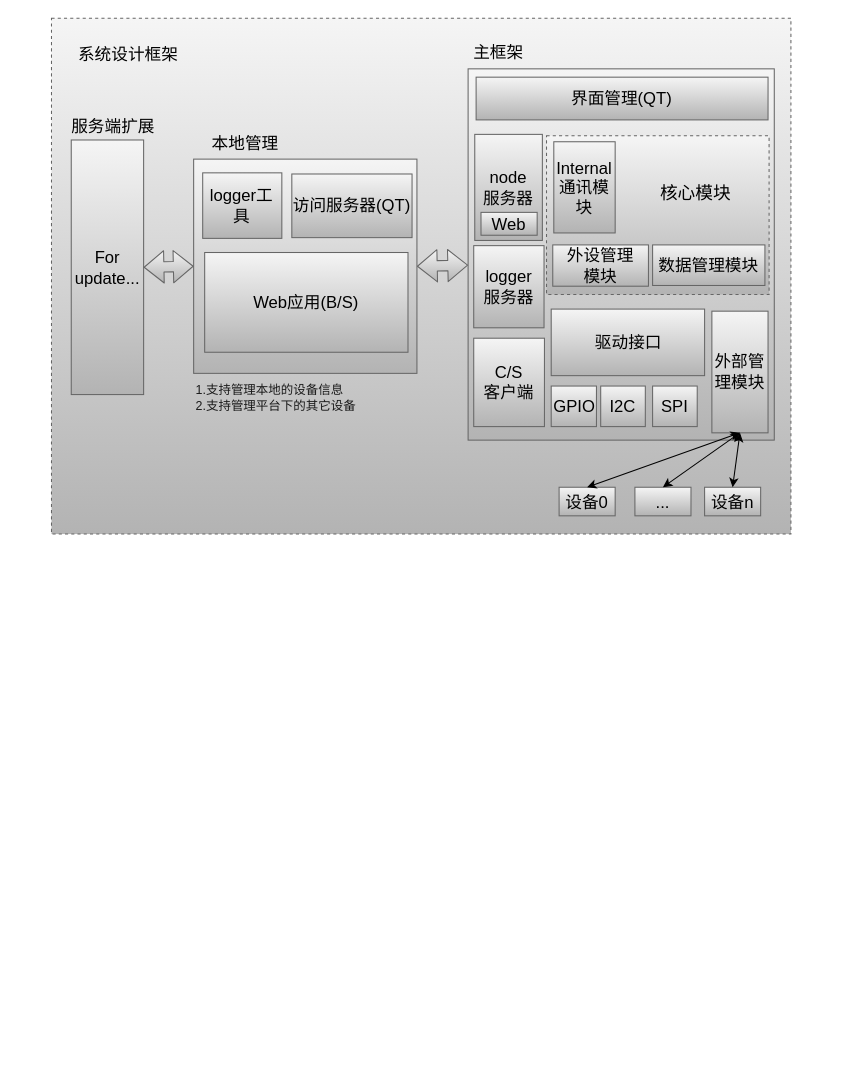
This is page "主框架" (1 of 3) of document/Firmware.drawio from zc110747/remote_manage, a draw.io file, before an edit. Source tidied: cells renumbered, new cells numbered last; positions are measured from the earlier drawing's top-left corner, leaving out a move shared by most shapes. Both pictures are drawn from the tidied source at 104%, with x=0, y=0 at pixel (18, 18).
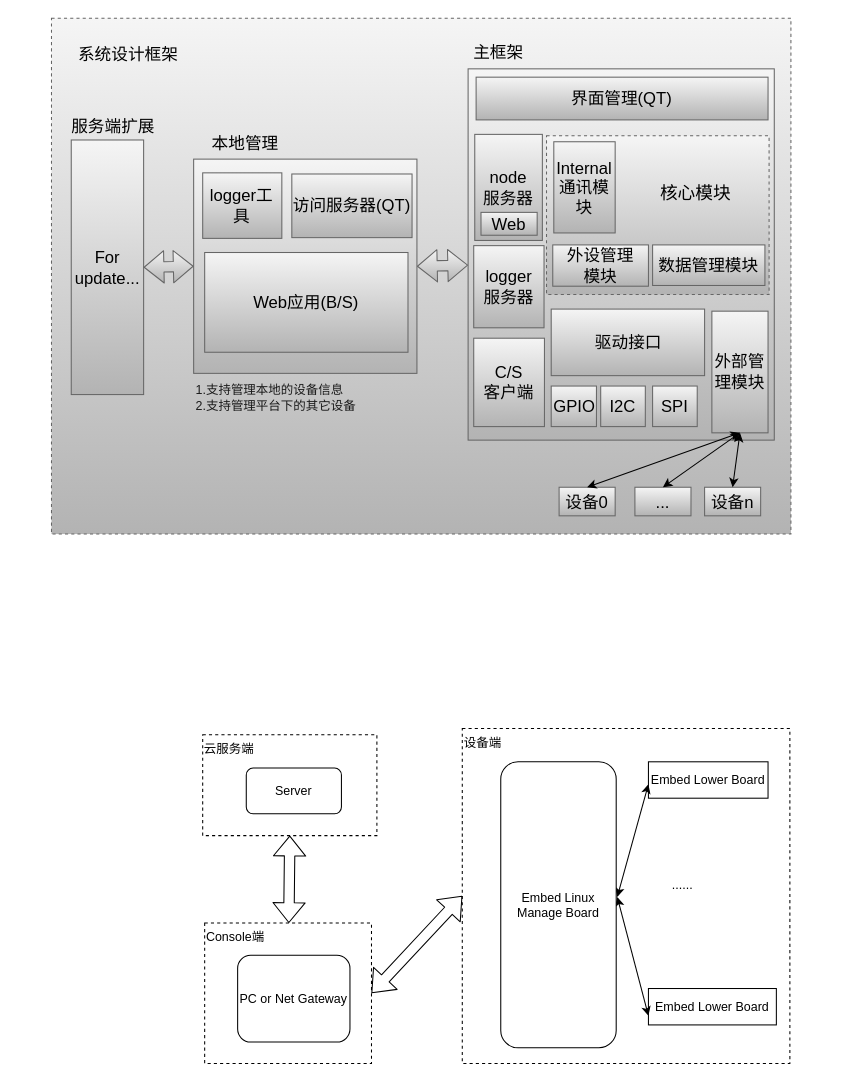
The same diagram, later.

The edit, as a diff of the source:
```diff
@@
+    <mxCell id="38" value="云服务端" style="rounded=0;whiteSpace=wrap;html=1;dashed=1;align=left;verticalAlign=top;" parent="1" vertex="1">
+      <mxGeometry x="177.4" y="689" width="167.5" height="97" as="geometry" />
+    </mxCell>
@@
+    <mxCell id="39" value="Console端" style="rounded=0;whiteSpace=wrap;html=1;dashed=1;align=left;verticalAlign=top;" parent="1" vertex="1">
+      <mxGeometry x="179.3" y="870" width="160.4" height="135" as="geometry" />
+    </mxCell>
+    <mxCell id="40" value="设备端" style="rounded=0;whiteSpace=wrap;html=1;align=left;verticalAlign=top;dashed=1;" parent="1" vertex="1">
+      <mxGeometry x="427" y="683" width="315" height="322" as="geometry" />
+    </mxCell>
+    <mxCell id="41" value="Embed Lower Board" style="rounded=0;whiteSpace=wrap;html=1;" parent="1" vertex="1">
+      <mxGeometry x="606" y="715" width="115" height="35" as="geometry" />
+    </mxCell>
+    <mxCell id="42" value="Embed Lower Board" style="rounded=0;whiteSpace=wrap;html=1;" parent="1" vertex="1">
+      <mxGeometry x="606" y="933" width="123" height="35" as="geometry" />
+    </mxCell>
+    <mxCell id="43" style="endArrow=classic;startArrow=classic;html=1;entryX=0;entryY=0.616;entryDx=0;entryDy=0;entryPerimeter=0;exitX=1;exitY=0.5;exitDx=0;exitDy=0;" parent="1" edge="1" target="41">
+      <mxGeometry relative="1" as="geometry">
+        <mxPoint x="576" y="845" as="sourcePoint" />
+      </mxGeometry>
+    </mxCell>
+    <mxCell id="44" value="......" style="text;html=1;strokeColor=none;fillColor=none;align=center;verticalAlign=middle;whiteSpace=wrap;rounded=0;" parent="1" vertex="1">
+      <mxGeometry x="609" y="819" width="60" height="30" as="geometry" />
+    </mxCell>
+    <mxCell id="45" style="endArrow=classic;startArrow=classic;html=1;entryX=1;entryY=0.5;entryDx=0;entryDy=0;exitX=0;exitY=0.75;exitDx=0;exitDy=0;" parent="1" edge="1" source="42">
+      <mxGeometry relative="1" as="geometry">
+        <mxPoint x="576" y="845" as="targetPoint" />
+      </mxGeometry>
+    </mxCell>
+    <mxCell id="46" value="PC or Net Gateway" style="rounded=1;whiteSpace=wrap;html=1;" parent="1" vertex="1">
+      <mxGeometry x="211" y="901" width="108" height="83.5" as="geometry" />
+    </mxCell>
+    <mxCell id="47" value="Server" style="rounded=1;whiteSpace=wrap;html=1;" parent="1" vertex="1">
+      <mxGeometry x="219.3" y="721" width="91.5" height="44" as="geometry" />
+    </mxCell>
+    <mxCell id="48" value="Embed Linux Manage Board" style="rounded=1;whiteSpace=wrap;html=1;" parent="1" vertex="1">
+      <mxGeometry x="464" y="715" width="111" height="275" as="geometry" />
+    </mxCell>
+    <mxCell id="49" style="shape=flexArrow;endArrow=classic;startArrow=classic;html=1;entryX=0;entryY=0.5;entryDx=0;entryDy=0;exitX=1;exitY=0.5;exitDx=0;exitDy=0;" parent="1" edge="1" source="39" target="40">
+      <mxGeometry relative="1" as="geometry" />
+    </mxCell>
+    <mxCell id="50" style="shape=flexArrow;endArrow=classic;startArrow=classic;html=1;entryX=0.5;entryY=1;entryDx=0;entryDy=0;" parent="1" edge="1" source="39" target="38">
+      <mxGeometry relative="1" as="geometry" />
+    </mxCell>
```
